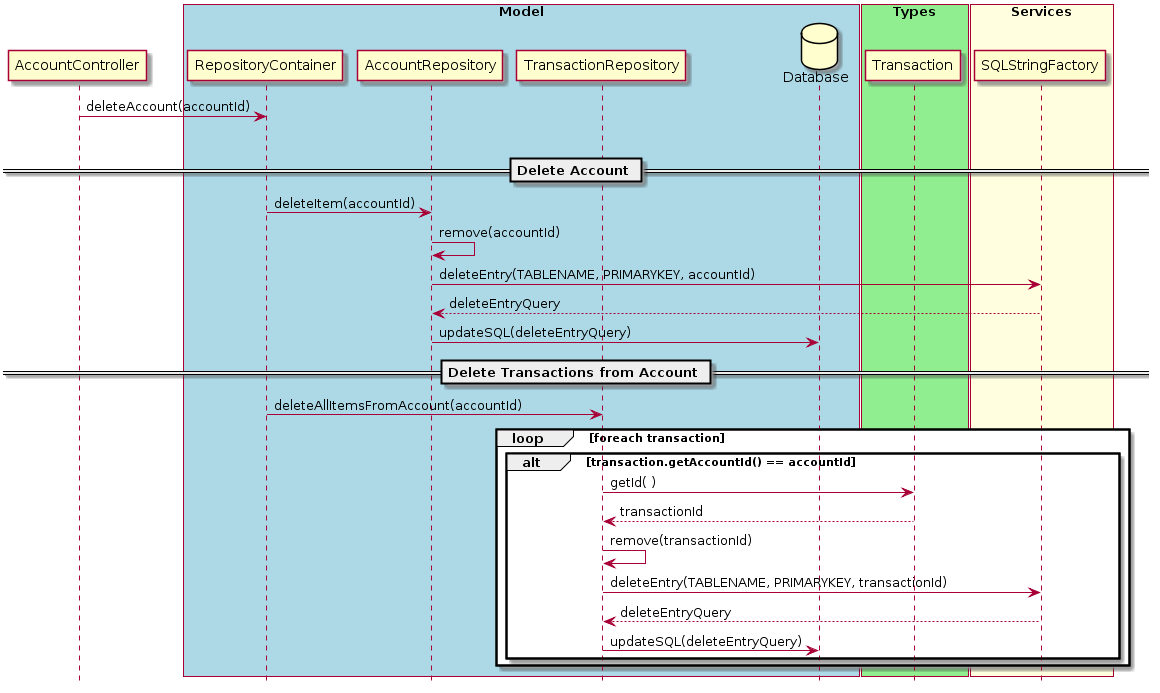
Before: Documentation/Diagrams/sequence/deleteAccountImp.png, a diagram exported from PlantUML (melanie-t/budget-planner-app).
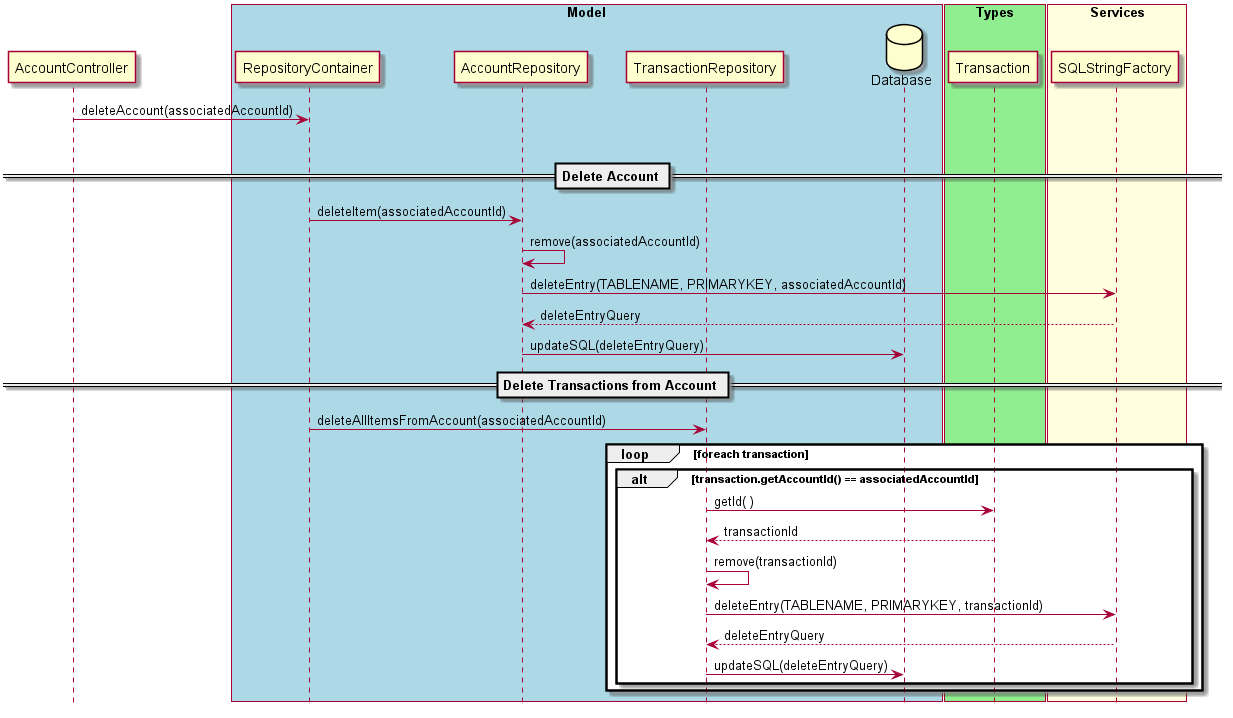
Later version of the same file.

What changed in the source:
```diff
@@ -15,20 +15,20 @@
 participant SQLStringFactory
 end box
 
-AccountController -> RepositoryContainer : deleteAccount(accountId)
+AccountController -> RepositoryContainer : deleteAccount(associatedAccountId)
 
 group Model
 == Delete Account ==
-RepositoryContainer -> AccountRepository : deleteItem(accountId)
-AccountRepository -> AccountRepository : remove(accountId)
-AccountRepository -> SQLStringFactory : deleteEntry(TABLENAME, PRIMARYKEY, accountId)
+RepositoryContainer -> AccountRepository : deleteItem(associatedAccountId)
+AccountRepository -> AccountRepository : remove(associatedAccountId)
+AccountRepository -> SQLStringFactory : deleteEntry(TABLENAME, PRIMARYKEY, associatedAccountId)
 AccountRepository <-- SQLStringFactory : deleteEntryQuery
 AccountRepository -> Database : updateSQL(deleteEntryQuery)
 
 == Delete Transactions from Account ==
-RepositoryContainer -> TransactionRepository : deleteAllItemsFromAccount(accountId)
+RepositoryContainer -> TransactionRepository : deleteAllItemsFromAccount(associatedAccountId)
 loop foreach transaction
-alt transaction.getAccountId() == accountId
+alt transaction.getAccountId() == associatedAccountId
 TransactionRepository -> Transaction : getId( )
 TransactionRepository <-- Transaction : transactionId
 TransactionRepository -> TransactionRepository : remove(transactionId)
```
